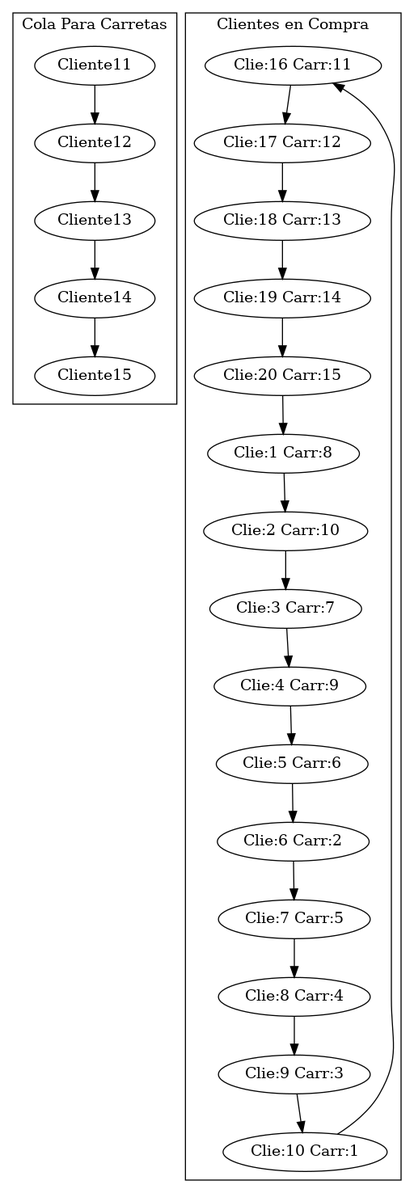
Above: GraficaSucesos.png in froi0409/SimulacionSupermercado (Graphviz), before the change. Its source is kept beside it as GraficaSucesos.dot.
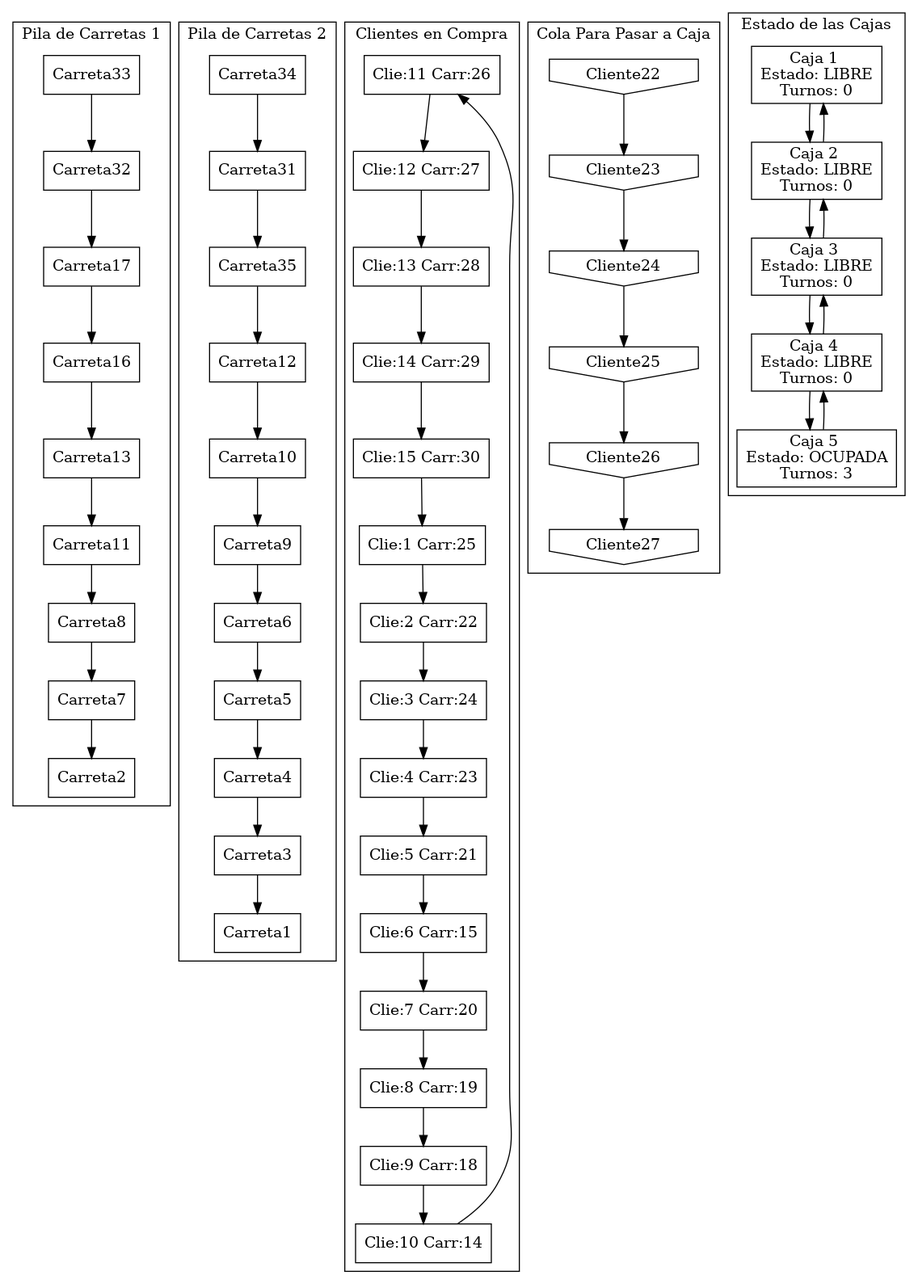
After the change.

The edit, as a diff of the source:
```diff
@@ -1,46 +1,79 @@
 digraph Simulacion {
 subgraph cluster_colaEsperaCarretas {
-Cliente11;
-Cliente12;
-Cliente13;
-Cliente14;
-Cliente15;
+node[shape="invhouse"];
+
+label="Cola Para Carretas";
+}
+subgraph cluster_pilaCarretas1 {
+node[shape="rectangle"];
+Carreta33;
+ Carreta32;
+ Carreta17;
+ Carreta16;
+ Carreta13;
+ Carreta11;
+ Carreta8;
+ Carreta7;
+ Carreta2;
+ Carreta33 -> Carreta32;
+ Carreta32 -> Carreta17;
+ Carreta17 -> Carreta16;
+ Carreta16 -> Carreta13;
+ Carreta13 -> Carreta11;
+ Carreta11 -> Carreta8;
+ Carreta8 -> Carreta7;
+ Carreta7 -> Carreta2;
+
+label="Pila de Carretas 1";
+}
+subgraph cluster_pilaCarretas2 {
+node[shape="rectangle"];
+Carreta34;
+ Carreta31;
+ Carreta35;
+ Carreta12;
+ Carreta10;
+ Carreta9;
+ Carreta6;
+ Carreta5;
+ Carreta4;
+ Carreta3;
+ Carreta1;
+ Carreta34 -> Carreta31;
+ Carreta31 -> Carreta35;
+ Carreta35 -> Carreta12;
+ Carreta12 -> Carreta10;
+ Carreta10 -> Carreta9;
+ Carreta9 -> Carreta6;
+ Carreta6 -> Carreta5;
+ Carreta5 -> Carreta4;
+ Carreta4 -> Carreta3;
+ Carreta3 -> Carreta1;
+
+label="Pila de Carretas 2";
+}
+subgraph cluster_listaCompras {
+node[shape="rectangle"];
+Cliente11[label="Clie:11 Carr:26"];
+Cliente12[label="Clie:12 Carr:27"];
+Cliente13[label="Clie:13 Carr:28"];
+Cliente14[label="Clie:14 Carr:29"];
+Cliente15[label="Clie:15 Carr:30"];
+Cliente1[label="Clie:1 Carr:25"];
+Cliente2[label="Clie:2 Carr:22"];
+Cliente3[label="Clie:3 Carr:24"];
+Cliente4[label="Clie:4 Carr:23"];
+Cliente5[label="Clie:5 Carr:21"];
+Cliente6[label="Clie:6 Carr:15"];
+Cliente7[label="Clie:7 Carr:20"];
+Cliente8[label="Clie:8 Carr:19"];
+Cliente9[label="Clie:9 Carr:18"];
+Cliente10[label="Clie:10 Carr:14"];
 Cliente11 -> Cliente12;
 Cliente12 -> Cliente13;
 Cliente13 -> Cliente14;
 Cliente14 -> Cliente15;
-
-label="Cola Para Carretas";
-}
-subgraph cluster_pilaCarretas1 {
-
-label="Pila de Carretas 1";
-}
-subgraph cluster_pilaCarretas2 {
-
-label="Pila de Carretas 2";
-}
-subgraph cluster_listaCompras {
-Cliente16[label="Clie:16 Carr:11"];
-Cliente17[label="Clie:17 Carr:12"];
-Cliente18[label="Clie:18 Carr:13"];
-Cliente19[label="Clie:19 Carr:14"];
-Cliente20[label="Clie:20 Carr:15"];
-Cliente1[label="Clie:1 Carr:8"];
-Cliente2[label="Clie:2 Carr:10"];
-Cliente3[label="Clie:3 Carr:7"];
-Cliente4[label="Clie:4 Carr:9"];
-Cliente5[label="Clie:5 Carr:6"];
-Cliente6[label="Clie:6 Carr:2"];
-Cliente7[label="Clie:7 Carr:5"];
-Cliente8[label="Clie:8 Carr:4"];
-Cliente9[label="Clie:9 Carr:3"];
-Cliente10[label="Clie:10 Carr:1"];
-Cliente16 -> Cliente17;
-Cliente17 -> Cliente18;
-Cliente18 -> Cliente19;
-Cliente19 -> Cliente20;
-Cliente20 -> Cliente1;
+Cliente15 -> Cliente1;
 Cliente1 -> Cliente2;
 Cliente2 -> Cliente3;
 Cliente3 -> Cliente4;
@@ -50,8 +83,42 @@
 Cliente7 -> Cliente8;
 Cliente8 -> Cliente9;
 Cliente9 -> Cliente10;
-Cliente10 -> Cliente16;
+Cliente10 -> Cliente11;
 
 label="Clientes en Compra";
 }
+subgraph cluster_colaPagos {
+node[shape="invhouse"];
+Cliente22;
+Cliente23;
+Cliente24;
+Cliente25;
+Cliente26;
+Cliente27;
+Cliente22 -> Cliente23;
+Cliente23 -> Cliente24;
+Cliente24 -> Cliente25;
+Cliente25 -> Cliente26;
+Cliente26 -> Cliente27;
+
+label="Cola Para Pasar a Caja";
 }
+subgraph cluster_listaCajas {
+node[shape="rectangle"];
+Caja1[label="Caja 1 \nEstado: LIBRE\nTurnos: 0"];
+Caja2[label="Caja 2 \nEstado: LIBRE\nTurnos: 0"];
+Caja3[label="Caja 3 \nEstado: LIBRE\nTurnos: 0"];
+Caja4[label="Caja 4 \nEstado: LIBRE\nTurnos: 0"];
+Caja5[label="Caja 5 \nEstado: OCUPADA\nTurnos: 3"];
+Caja1 -> Caja2;
+Caja2 -> Caja3;
+Caja3 -> Caja4;
+Caja4 -> Caja5;
+Caja5 -> Caja4;
+Caja4 -> Caja3;
+Caja3 -> Caja2;
+Caja2 -> Caja1;
+
+label="Estado de las Cajas";
+}
+}
```
